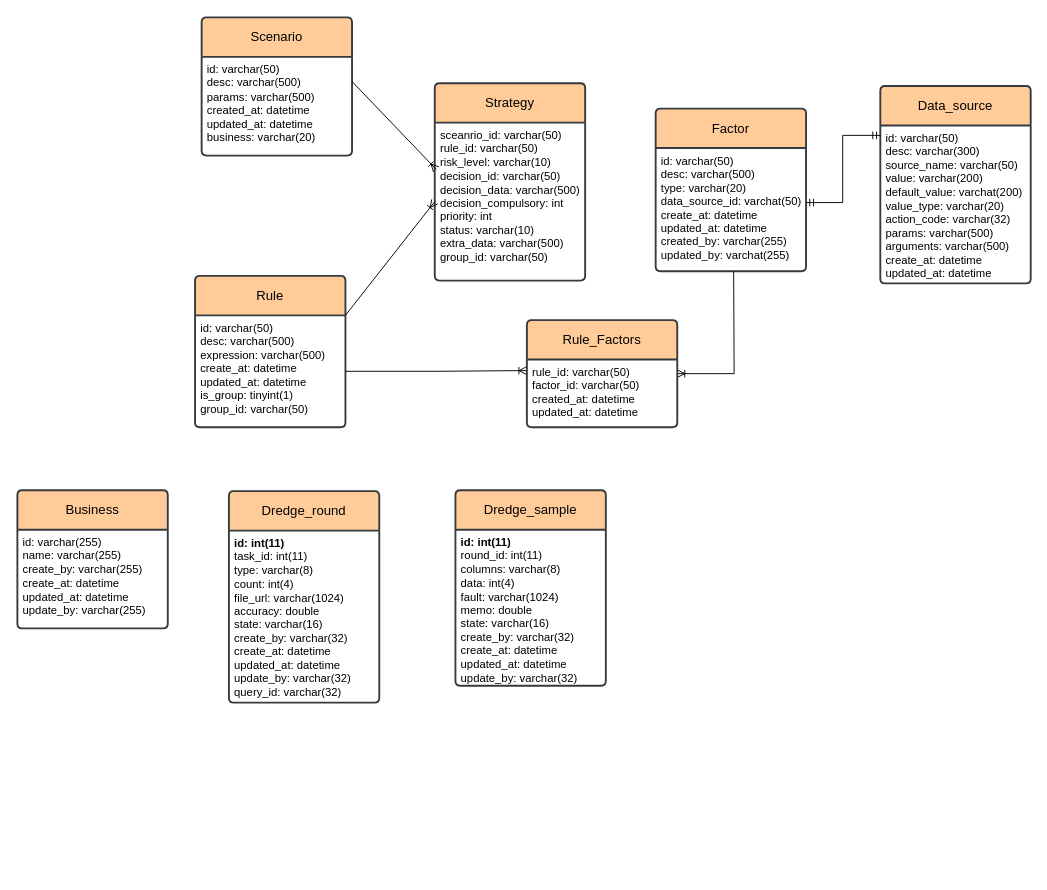
Above: pictures/hammurabi-er1.drawio in Pumpkin9841/pictures (draw.io), before the change. Source tidied: cells renumbered, new cells numbered last; positions are measured from the earlier drawing's top-left corner, leaving out a move shared by most shapes. Both pictures are drawn from the tidied source at 94%, with x=0, y=0 at pixel (17, 17).
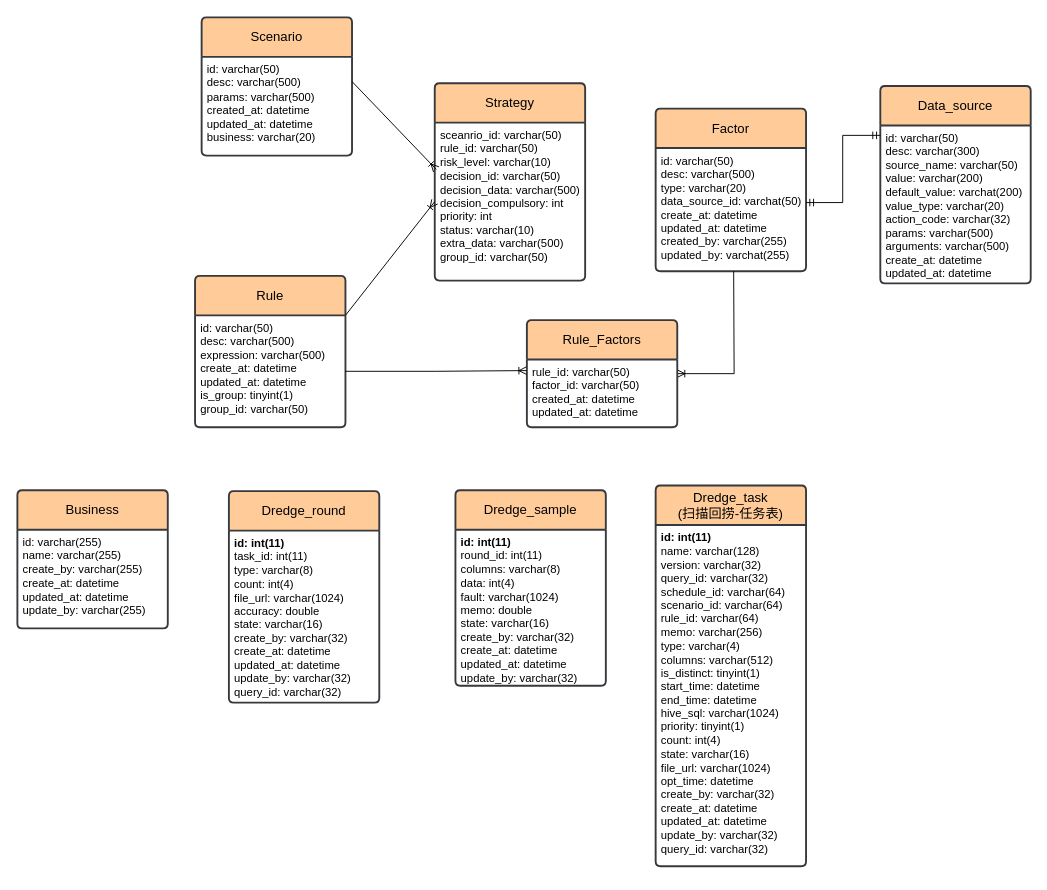
The same diagram, later.

Commit message:
添加Dredge_task

What changed in the source:
```diff
@@
+    <mxCell id="34" value="Dredge_task&lt;br&gt;(扫描回捞-任务表)" style="swimlane;horizontal=1;startSize=42;rounded=1;fontSize=14;fontStyle=0;strokeWidth=2;shadow=0;dashed=0;align=center;arcSize=4;whiteSpace=wrap;html=1;fillColor=#ffcc99;strokeColor=#36393d;" parent="1" vertex="1">
+      <mxGeometry x="679" y="498" width="160" height="405" as="geometry" />
+    </mxCell>
+    <mxCell id="35" value="&lt;b&gt;id: int(11)&lt;br&gt;&lt;/b&gt;name: varchar(128)&lt;br&gt;version: varchar(32)&lt;br&gt;query_id: varchar(32)&lt;br&gt;schedule_id: varchar(64)&lt;br&gt;scenario_id: varchar(64)&lt;br&gt;rule_id: varchar(64)&lt;br&gt;memo: varchar(256)&lt;br&gt;type: varchar(4)&lt;br&gt;columns: varchar(512)&lt;br&gt;is_distinct: tinyint(1)&lt;br&gt;start_time: datetime&lt;br&gt;end_time: datetime&lt;br&gt;hive_sql: varchar(1024)&lt;br&gt;priority: tinyint(1)&lt;br&gt;count: int(4)&lt;br&gt;state: varchar(16)&lt;br&gt;file_url: varchar(1024)&lt;br&gt;opt_time: datetime&lt;br&gt;create_by: varchar(32)&lt;br style=&quot;border-color: var(--border-color);&quot;&gt;create_at: datetime&lt;br style=&quot;border-color: var(--border-color);&quot;&gt;updated_at: datetime&lt;br style=&quot;border-color: var(--border-color);&quot;&gt;update_by: varchar(32)&lt;br&gt;query_id: varchar(32)" style="align=left;strokeColor=none;fillColor=none;spacingLeft=4;fontSize=12;verticalAlign=top;html=1;" parent="34" vertex="1">
+      <mxGeometry y="42" width="160" height="363" as="geometry" />
+    </mxCell>
+    <mxCell id="36" style="edgeStyle=orthogonalEdgeStyle;rounded=0;orthogonalLoop=1;jettySize=auto;html=1;exitX=0.5;exitY=1;exitDx=0;exitDy=0;" parent="34" edge="1" source="35" target="35">
+      <mxGeometry relative="1" as="geometry" />
+    </mxCell>
```
